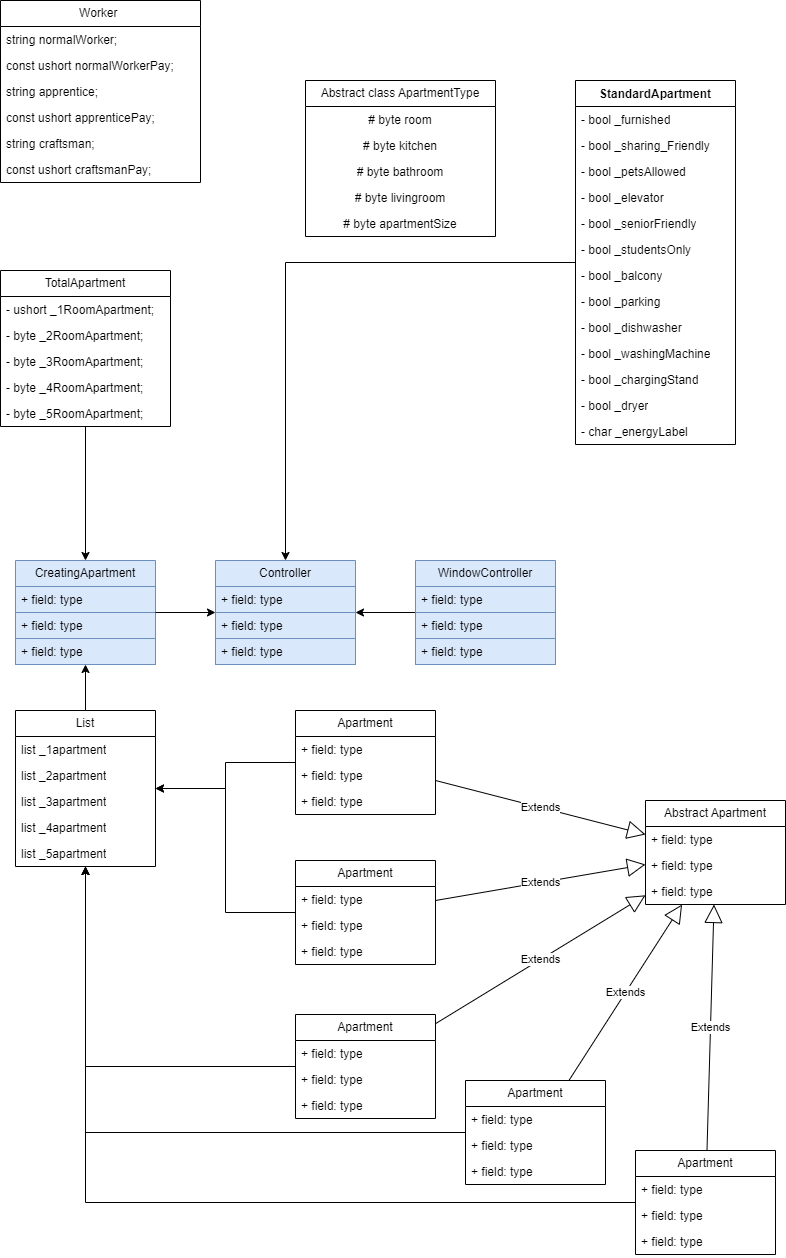
This is UML Diagram.png from Shazil0204/OOP_Exam, a draw.io export, as it was before one commit. Source tidied: cells renumbered, new cells last; positions are measured from the earlier drawing's top-left corner, leaving out a move shared by most shapes.
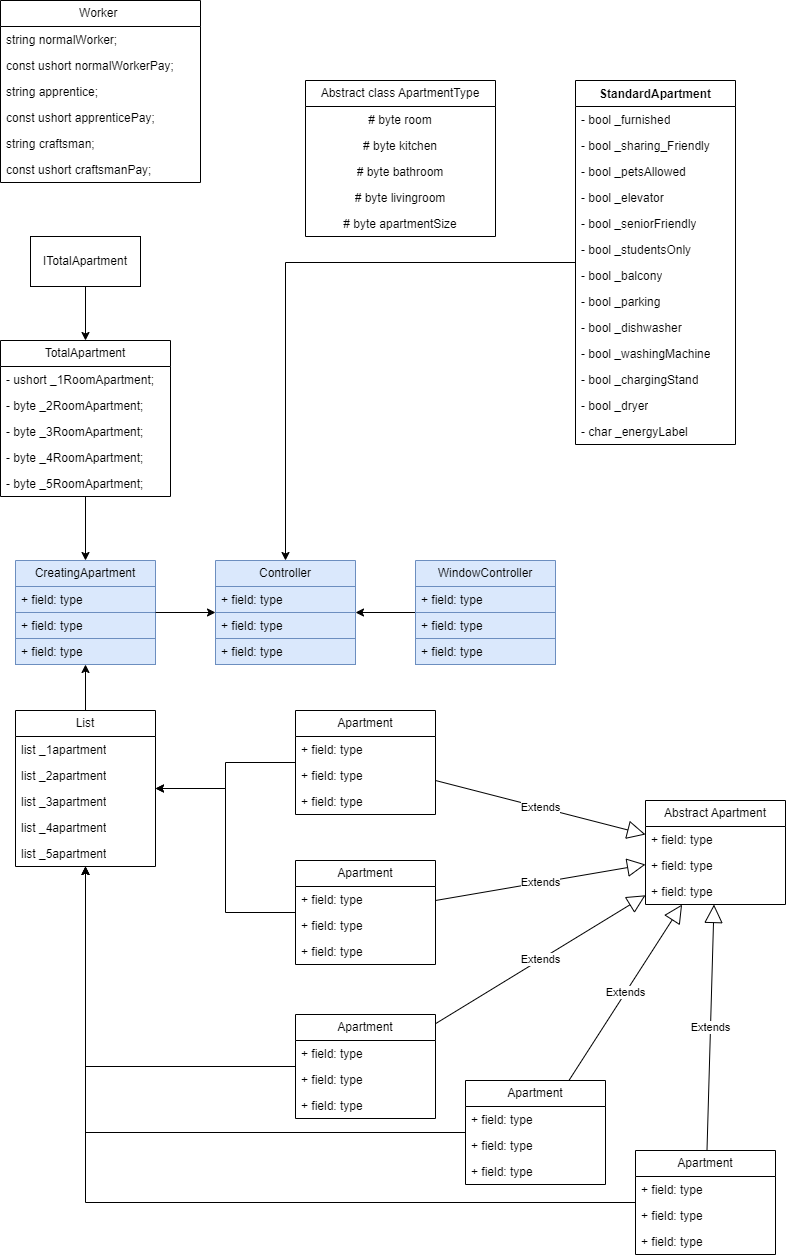
The same diagram one commit later.

What changed in the source:
```diff
@@ -69,7 +69,7 @@
       <mxGeometry relative="1" as="geometry" />
     </mxCell>
     <mxCell id="24" value="TotalApartment" style="swimlane;fontStyle=0;horizontal=1;startSize=26;fillColor=none;whiteSpace=wrap;html=1;" parent="1" vertex="1">
-      <mxGeometry y="270" width="170" height="156" as="geometry" />
+      <mxGeometry y="340" width="170" height="156" as="geometry" />
     </mxCell>
     <mxCell id="25" value="- ushort _1RoomApartment;" style="text;strokeColor=none;fillColor=none;align=left;verticalAlign=top;spacingLeft=4;spacingRight=4;overflow=hidden;whiteSpace=wrap;html=1;" parent="24" vertex="1">
       <mxGeometry y="26" width="170" height="26" as="geometry" />
@@ -272,5 +272,11 @@
     <mxCell id="91" value="Extends" style="endArrow=block;endSize=16;endFill=0;html=1;rounded=0;" parent="1" edge="1" source="64" target="73">
       <mxGeometry relative="1" as="geometry" />
     </mxCell>
+    <mxCell id="92" style="edgeStyle=orthogonalEdgeStyle;rounded=0;jettySize=auto;html=1;" parent="1" edge="1" source="93" target="24">
+      <mxGeometry relative="1" as="geometry" />
+    </mxCell>
+    <mxCell id="93" value="ITotalApartment" style="html=1;whiteSpace=wrap;" parent="1" vertex="1">
+      <mxGeometry x="30" y="236" width="110" height="50" as="geometry" />
+    </mxCell>
   </root>
 </mxGraphModel>
```
